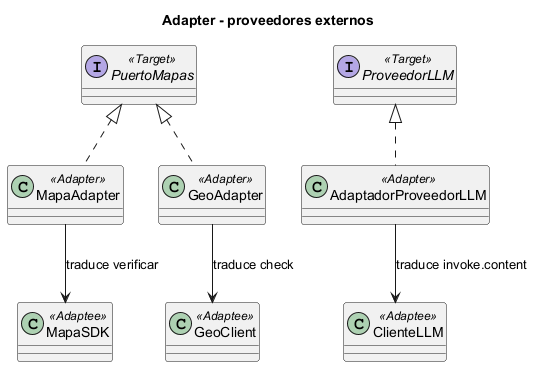
This is docs/design/patrones/img/adapter.png from SharonCondoriUNSA/cs-2026b-lab04-grupo10, a PlantUML export, as it was before one commit.
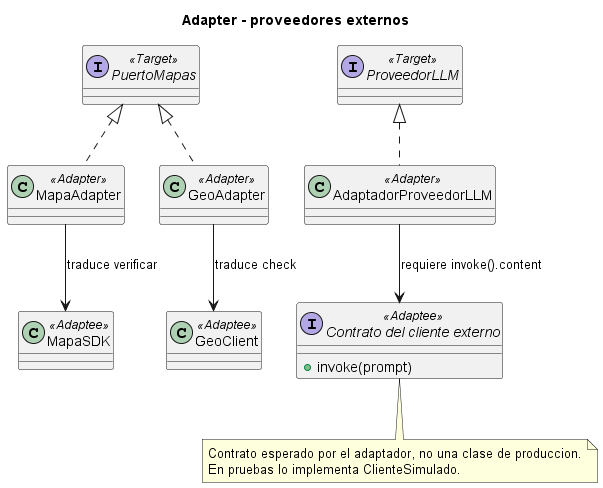
After the change.

What changed in the source:
```diff
@@ -7,11 +7,17 @@
 class GeoClient <<Adaptee>>
 interface ProveedorLLM <<Target>>
 class AdaptadorProveedorLLM <<Adapter>>
-class ClienteLLM <<Adaptee>>
+interface "Contrato del cliente externo" as ClienteExterno <<Adaptee>> {
+  + invoke(prompt)
+}
 PuertoMapas <|.. MapaAdapter
 PuertoMapas <|.. GeoAdapter
 MapaAdapter --> MapaSDK : traduce verificar
 GeoAdapter --> GeoClient : traduce check
 ProveedorLLM <|.. AdaptadorProveedorLLM
-AdaptadorProveedorLLM --> ClienteLLM : traduce invoke.content
+AdaptadorProveedorLLM --> ClienteExterno : requiere invoke().content
+note bottom of ClienteExterno
+Contrato esperado por el adaptador, no una clase de produccion.
+En pruebas lo implementa ClienteSimulado.
+end note
 @enduml
```
